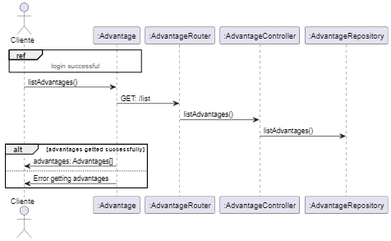
Above: projeto 4/project/sequenceDiagramListAdvantages.png in migueltico2/laboratorio-de-desenvolvimento-de-software (PlantUML), before the change. Its source is kept beside it as projeto 4/project/sequenceDiagramListAdvantages.plantuml. Source of this version:
```plantuml
@startuml

actor "Cliente" as cliente
participant ":Advantage" as ad
participant ":AdvantageRouter" as adRouter
participant ":AdvantageController" as adController
participant ":AdvantageRepository" as adRepository
participant ":AdvantageService" as adService

ref over cliente, ad: login successful

cliente -> ad : listAdvantages()
ad -> adRouter : GET: /list
adRouter -> adController : listAllAdvantages()
adController -> adRepository : listAllAdvantages()
adRepository -> adService : listAllAdvantages()
adService --> cliente : advantages: Advantages[]
adService --> cliente : [erro] Error getting advantages

@enduml
```
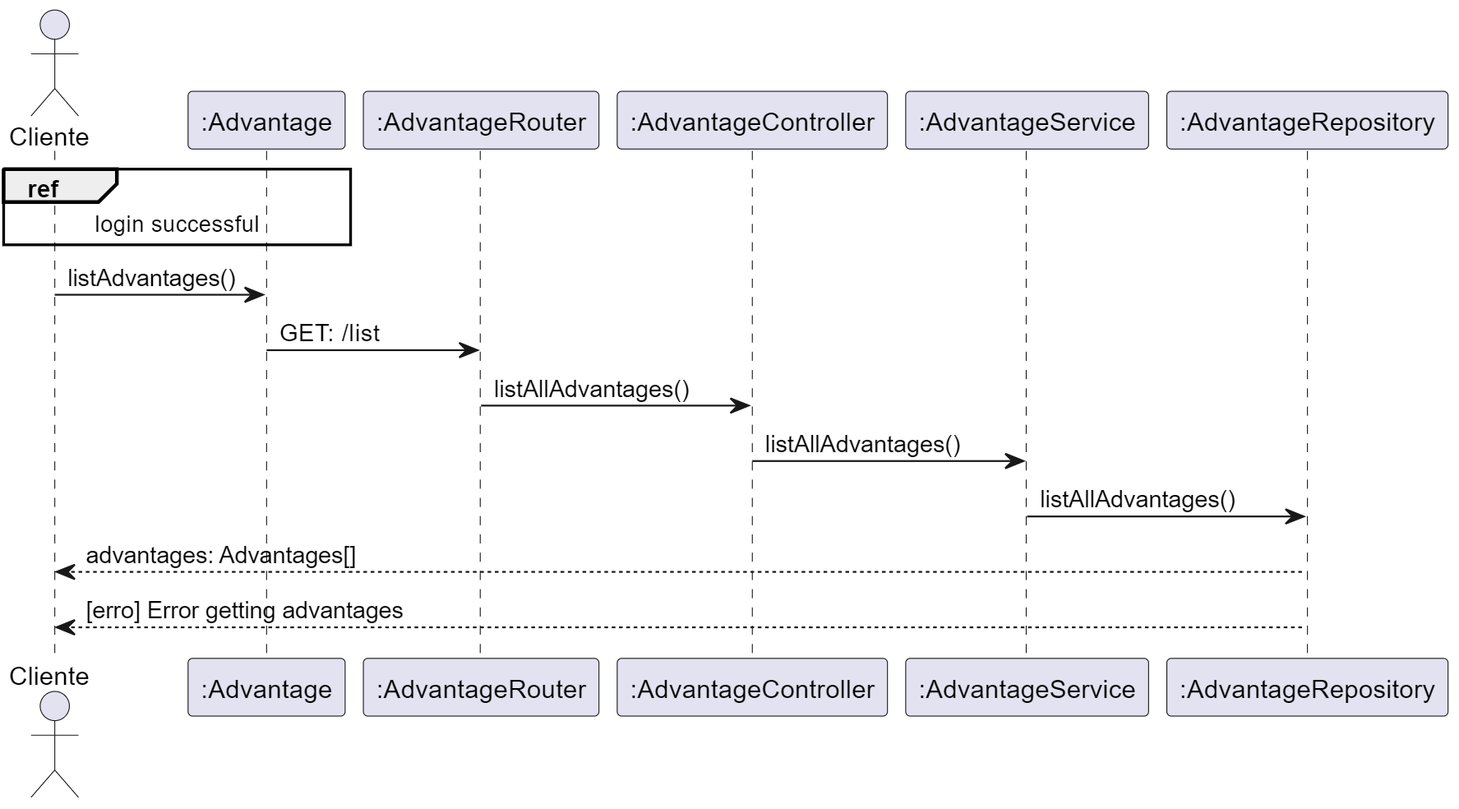
The same diagram one commit later.

What changed in the source:
```diff
@@ -4,17 +4,17 @@
 participant ":Advantage" as ad
 participant ":AdvantageRouter" as adRouter
 participant ":AdvantageController" as adController
+participant ":AdvantageService" as adService
 participant ":AdvantageRepository" as adRepository
-participant ":AdvantageService" as adService
 
 ref over cliente, ad: login successful
 
 cliente -> ad : listAdvantages()
 ad -> adRouter : GET: /list
 adRouter -> adController : listAllAdvantages()
-adController -> adRepository : listAllAdvantages()
-adRepository -> adService : listAllAdvantages()
-adService --> cliente : advantages: Advantages[]
-adService --> cliente : [erro] Error getting advantages
+adController -> adService : listAllAdvantages()
+adService -> adRepository : listAllAdvantages()
+adRepository --> cliente : advantages: Advantages[]
+adRepository --> cliente : [erro] Error getting advantages
 
 @enduml
```
